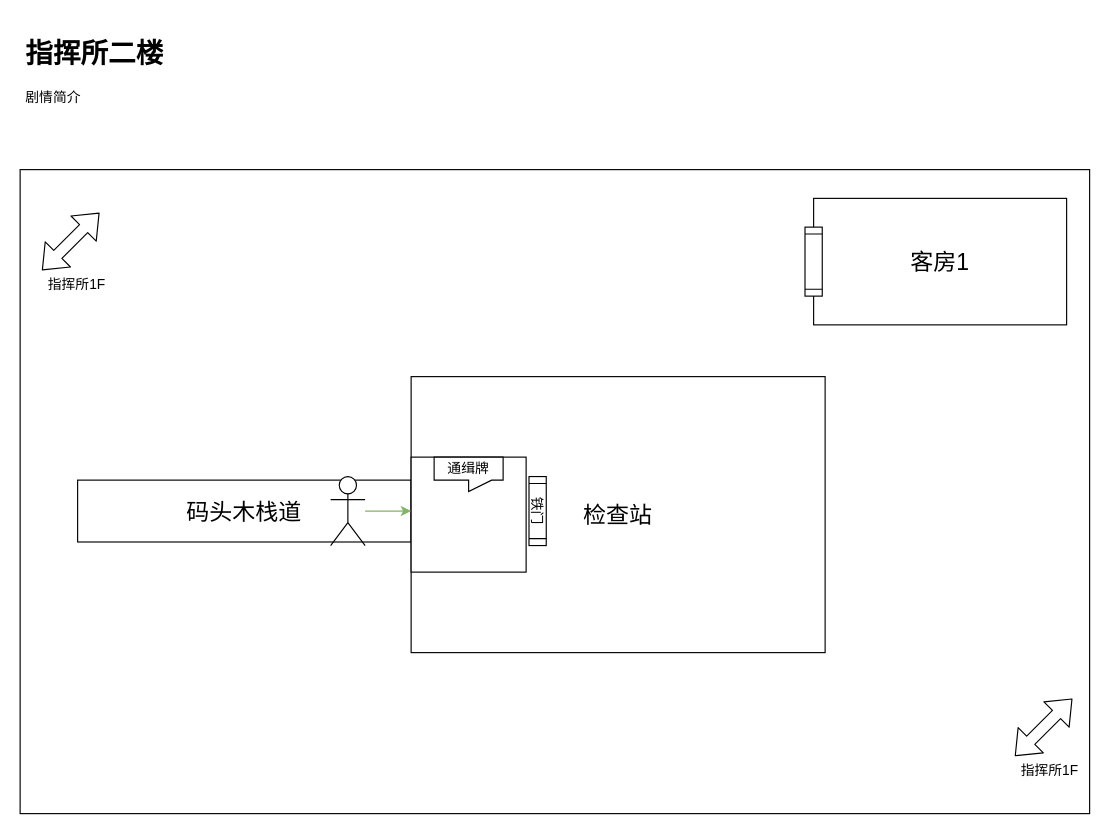
The draw.io diagram page "关卡平面图" (2 of 2) of Tools/LevelDesignUML/LevelDesignUML_EP_01.drawio in kwh3884858/Hippocampus, before the edit. Source tidied: cells renumbered, new cells numbered last; positions are measured from the earlier drawing's top-left corner, leaving out a move shared by most shapes. Both pictures are drawn from the tidied source at 115%, with x=0, y=0 at pixel (20, 31).
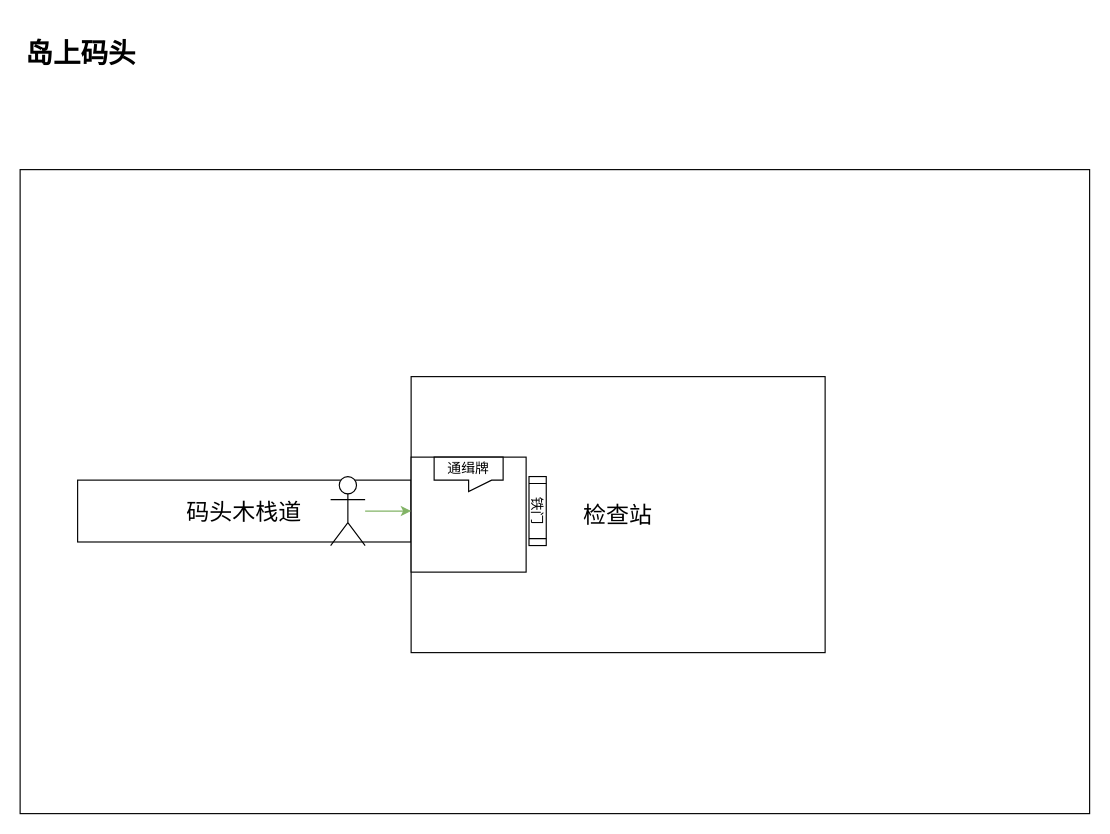
The same page after the edit.

Change to the diagram source:
```diff
@@
 <mxGraphModel>
   <root>
     <mxCell id="0" />
     <mxCell id="1" parent="0" />
     <mxCell id="2" style="rounded=0;whiteSpace=wrap;html=1;" parent="1" vertex="1">
       <mxGeometry y="120" width="930" height="560" as="geometry" />
     </mxCell>
     <mxCell id="3" value="&lt;span style=&quot;font-size: 20px&quot;&gt;码头木栈道&lt;/span&gt;" style="rounded=0;whiteSpace=wrap;html=1;" parent="1" vertex="1">
       <mxGeometry x="50" y="390" width="290" height="53.8" as="geometry" />
     </mxCell>
-    <mxCell id="4" value="&lt;span style=&quot;font-size: 20px&quot;&gt;客房1&lt;/span&gt;" style="rounded=0;whiteSpace=wrap;html=1;" parent="1" vertex="1">
-      <mxGeometry x="690" y="145" width="220" height="110" as="geometry" />
-    </mxCell>
-    <mxCell id="5" style="shape=process;whiteSpace=wrap;html=1;backgroundOutline=1;rotation=90;" parent="1" vertex="1">
-      <mxGeometry x="660" y="192.5" width="60" height="15" as="geometry" />
-    </mxCell>
     <mxCell id="6" value="&lt;span style=&quot;font-size: 20px&quot;&gt;检查站&lt;/span&gt;" style="rounded=0;whiteSpace=wrap;html=1;" parent="1" vertex="1">
       <mxGeometry x="340" y="300" width="360" height="240" as="geometry" />
     </mxCell>
     <mxCell id="7" value="铁门" style="shape=process;whiteSpace=wrap;html=1;backgroundOutline=1;rotation=90;" parent="1" vertex="1">
       <mxGeometry x="420" y="409.4" width="60" height="15" as="geometry" />
     </mxCell>
     <mxCell id="8" style="rounded=0;whiteSpace=wrap;html=1;" parent="1" vertex="1">
       <mxGeometry x="340" y="370" width="100" height="100" as="geometry" />
     </mxCell>
-    <mxCell id="9" value="&lt;h1&gt;指挥所二楼&lt;/h1&gt;&lt;p&gt;剧情简介&lt;/p&gt;" style="text;html=1;strokeColor=none;fillColor=none;spacing=5;spacingTop=-20;whiteSpace=wrap;overflow=hidden;rounded=0;" parent="1" vertex="1">
+    <mxCell id="9" value="&lt;h1&gt;岛上码头&lt;/h1&gt;" style="text;html=1;strokeColor=none;fillColor=none;spacing=5;spacingTop=-20;whiteSpace=wrap;overflow=hidden;rounded=0;" parent="1" vertex="1">
       <mxGeometry width="190" height="120" as="geometry" />
     </mxCell>
-    <mxCell id="10" style="shape=flexArrow;endArrow=classic;startArrow=classic;html=1;" parent="1" edge="1">
-      <mxGeometry relative="1" as="geometry">
-        <mxPoint x="19" y="207.5" as="sourcePoint" />
-        <mxPoint x="69" y="157.5" as="targetPoint" />
-      </mxGeometry>
-    </mxCell>
-    <mxCell id="11" value="指挥所1F" style="text;html=1;align=center;verticalAlign=middle;" parent="1" vertex="1">
-      <mxGeometry x="14" y="210" width="70" height="20" as="geometry" />
-    </mxCell>
-    <mxCell id="12" style="shape=flexArrow;endArrow=classic;startArrow=classic;html=1;" parent="1" edge="1">
-      <mxGeometry relative="1" as="geometry">
-        <mxPoint x="865" y="630" as="sourcePoint" />
-        <mxPoint x="915" y="580" as="targetPoint" />
-      </mxGeometry>
-    </mxCell>
-    <mxCell id="13" value="指挥所1F" style="text;html=1;align=center;verticalAlign=middle;" parent="1" vertex="1">
-      <mxGeometry x="860" y="632.5" width="70" height="20" as="geometry" />
-    </mxCell>
     <mxCell id="14" style="shape=umlActor;verticalLabelPosition=bottom;verticalAlign=top;html=1;outlineConnect=0;" parent="1" vertex="1">
       <mxGeometry x="270" y="386.9" width="30" height="60" as="geometry" />
     </mxCell>
     <mxCell id="15" value="通缉牌" style="shape=callout;whiteSpace=wrap;html=1;perimeter=calloutPerimeter;position2=0.5;size=10;position=0.5;" parent="1" vertex="1">
       <mxGeometry x="360" y="370" width="60" height="30" as="geometry" />
     </mxCell>
     <mxCell id="16" style="endArrow=classic;html=1;entryX=1;entryY=0.5;entryDx=0;entryDy=0;fillColor=#d5e8d4;strokeColor=#82b366;" parent="1" edge="1" source="14" target="3">
       <mxGeometry relative="1" as="geometry" />
     </mxCell>
   </root>
 </mxGraphModel>
```
